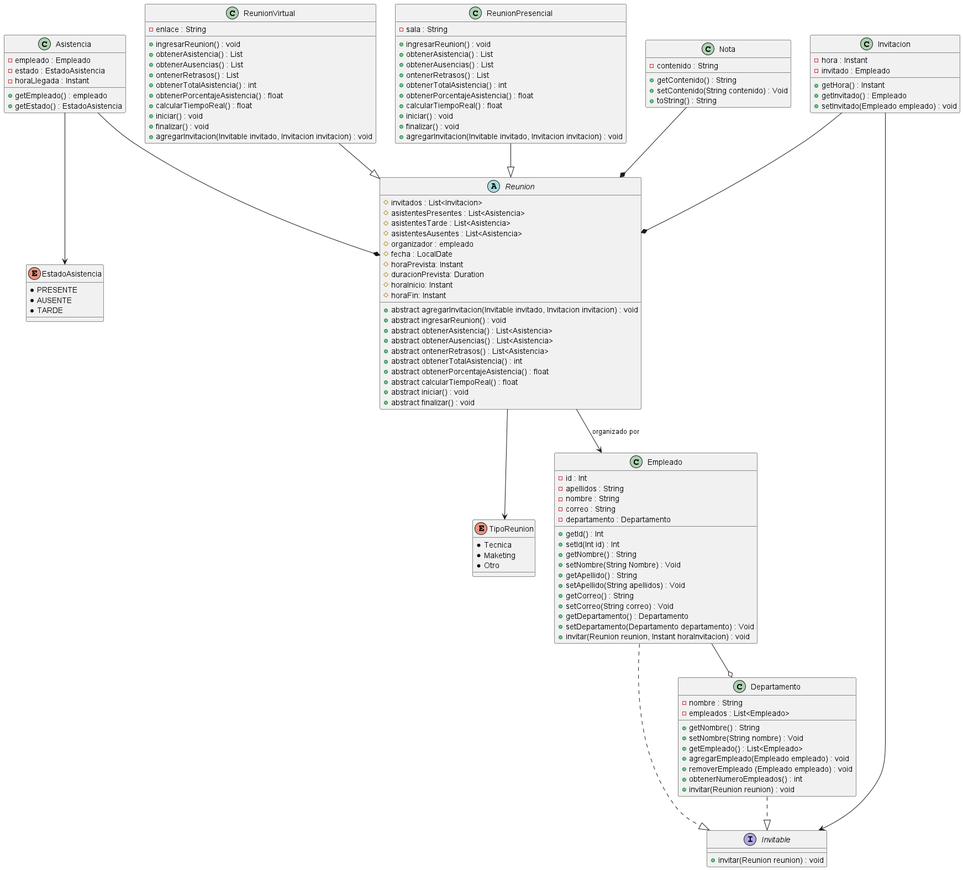
This is Diagrama.png from d-a-t-s/Tarea2, a PlantUML export, as it was before one commit. The source it was exported from:
```plantuml
@startuml

abstract class Reunion {
    # invitados : List<Invitacion>
    #asistentesPresentes : List<Asistencia>
    #asistentesTarde : List<Asistencia>
    #asistentesAusentes : List<Asistencia>
    #organizador : empleado
    #fecha : LocalDate
    # horaPrevista: Instant
    # duracionPrevista: Duration
    # horaInicio: Instant
    # horaFin: Instant

    +abstract agregarInvitacion(Invitable invitado, Invitacion invitacion) : void
    +abstract ingresarReunion() : void
    +abstract obtenerAsistencia() : List<Asistencia>
    +abstract obtenerAusencias() : List<Asistencia>
    +abstract ontenerRetrasos() : List<Asistencia>
    +abstract obtenerTotalAsistencia() : int
    +abstract obtenerPorcentajeAsistencia() : float
    +abstract calcularTiempoReal() : float
    +abstract iniciar() : void
    +abstract finalizar() : void
}

enum TipoReunion {
  * Tecnica
  * Maketing
  * Otro
}

enum EstadoAsistencia {
    * PRESENTE
    * AUSENTE
    * TARDE
}

class Nota {
  - contenido : String

  +getContenido() : String
  +setContenido(String contenido) : Void
  +toString() : String
}

class Invitacion {
  - hora : Instant
  - invitado : Empleado

  +getHora() : Instant
  +getInvitado() : Empleado
  +setInvitado(Empleado empleado) : void
}

class Asistencia {
    - empleado : Empleado
    - estado : EstadoAsistencia
    - horaLlegada : Instant

    + getEmpleado() : empleado
    + getEstado() : EstadoAsistencia
}

interface Invitable {

    +invitar(Reunion reunion) : void
}

class ReunionVirtual {
    - enlace : String

    + ingresarReunion() : void
    + obtenerAsistencia() : List
    + obtenerAusencias() : List
    + ontenerRetrasos() : List
    + obtenerTotalAsistencia() : int
    + obtenerPorcentajeAsistencia() : float
    + calcularTiempoReal() : float
    + iniciar() : void
    + finalizar() : void
    + agregarInvitacion(Invitable invitado, Invitacion invitacion) : void
}

class ReunionPresencial {
    - sala : String

    + ingresarReunion() : void
        + obtenerAsistencia() : List
        + obtenerAusencias() : List
        + ontenerRetrasos() : List
        + obtenerTotalAsistencia() : int
        + obtenerPorcentajeAsistencia() : float
        + calcularTiempoReal() : float
        + iniciar() : void
        + finalizar() : void
        + agregarInvitacion(Invitable invitado, Invitacion invitacion) : void
}

class Empleado {
    - id : Int
    - apellidos : String
    - nombre : String
    - correo : String
    - departamento : Departamento

    +getId() : Int
    +setId(Int id) : Int
    +getNombre() : String
    +setNombre(String Nombre) : Void
    +getApellido() : String
    +setApellido(String apellidos) : Void
    +getCorreo() : String
    +setCorreo(String correo) : Void
    +getDepartamento() : Departamento
    +setDepartamento(Departamento departamento) : Void
    +invitar(Reunion reunion, Instant horaInvitacion) : void


}

class Departamento {
    - nombre : String
    - empleados : List<Empleado>

    +getNombre() : String
    +setNombre(String nombre) : Void
    +getEmpleado() : List<Empleado>
    +agregarEmpleado(Empleado empleado) : void
    +removerEmpleado (Empleado empleado) : void
    +obtenerNumeroEmpleados() : int
    +invitar(Reunion reunion) : void
}

Nota --* Reunion
Asistencia --* Reunion
Invitacion --* Reunion
ReunionVirtual --|> Reunion
ReunionPresencial --|> Reunion
Reunion --> TipoReunion
Invitacion --> Invitable
Reunion  --> Empleado: organizado por
Empleado --o Departamento
Empleado ..|> Invitable
Departamento ..|> Invitable
Asistencia --> EstadoAsistencia

@enduml
```
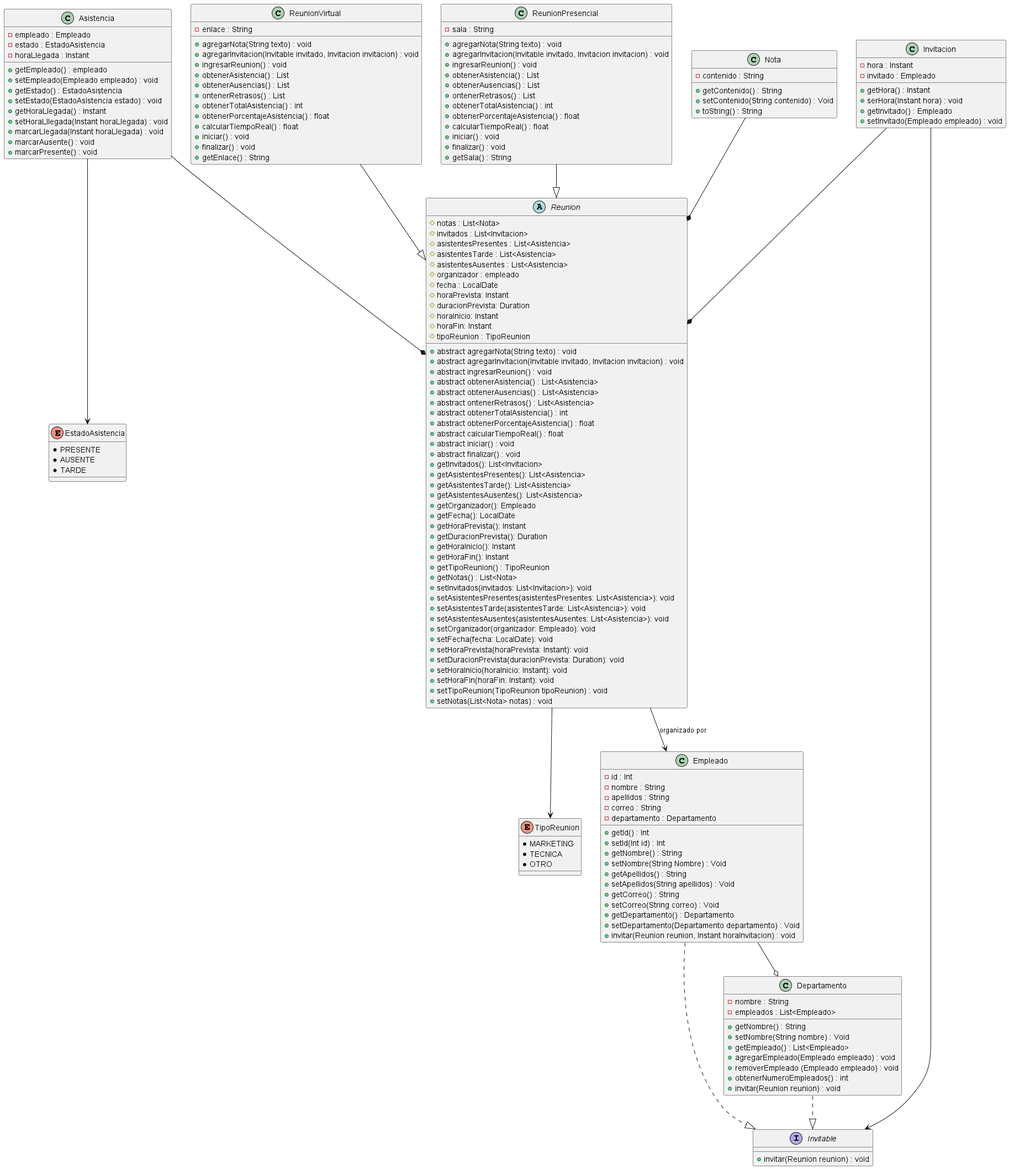
Above is the later version.

Commit message:
Modificado UML

Diff of the diagram source:
```diff
@@ -1,6 +1,7 @@
 @startuml
 
 abstract class Reunion {
+    # notas : List<Nota>
     # invitados : List<Invitacion>
     #asistentesPresentes : List<Asistencia>
     #asistentesTarde : List<Asistencia>
@@ -11,7 +12,9 @@
     # duracionPrevista: Duration
     # horaInicio: Instant
     # horaFin: Instant
+    # tipoReunion : TipoReunion
 
+    +abstract agregarNota(String texto) : void
     +abstract agregarInvitacion(Invitable invitado, Invitacion invitacion) : void
     +abstract ingresarReunion() : void
     +abstract obtenerAsistencia() : List<Asistencia>
@@ -22,12 +25,36 @@
     +abstract calcularTiempoReal() : float
     +abstract iniciar() : void
     +abstract finalizar() : void
+    + getInvitados(): List<Invitacion>
+    + getAsistentesPresentes(): List<Asistencia>
+    + getAsistentesTarde(): List<Asistencia>
+    + getAsistentesAusentes(): List<Asistencia>
+    + getOrganizador(): Empleado
+    + getFecha(): LocalDate
+    + getHoraPrevista(): Instant
+    + getDuracionPrevista(): Duration
+    + getHoraInicio(): Instant
+    + getHoraFin(): Instant
+    +getTipoReunion() : TipoReunion
+    + getNotas() : List<Nota>
+    + setInvitados(invitados: List<Invitacion>): void
+    + setAsistentesPresentes(asistentesPresentes: List<Asistencia>): void
+    + setAsistentesTarde(asistentesTarde: List<Asistencia>): void
+    + setAsistentesAusentes(asistentesAusentes: List<Asistencia>): void
+    + setOrganizador(organizador: Empleado): void
+    + setFecha(fecha: LocalDate): void
+    + setHoraPrevista(horaPrevista: Instant): void
+    + setDuracionPrevista(duracionPrevista: Duration): void
+    + setHoraInicio(horaInicio: Instant): void
+    + setHoraFin(horaFin: Instant): void
+    + setTipoReunion(TipoReunion tipoReunion) : void
+    + setNotas(List<Nota> notas) : void
 }
 
 enum TipoReunion {
-  * Tecnica
-  * Maketing
-  * Otro
+  * MARKETING
+  * TECNICA
+  * OTRO
 }
 
 enum EstadoAsistencia {
@@ -49,6 +76,7 @@
   - invitado : Empleado
 
   +getHora() : Instant
+  +serHora(Instant hora) : void
   +getInvitado() : Empleado
   +setInvitado(Empleado empleado) : void
 }
@@ -59,8 +87,16 @@
     - horaLlegada : Instant
 
     + getEmpleado() : empleado
+    + setEmpleado(Empleado empleado) : void
     + getEstado() : EstadoAsistencia
+    + setEstado(EstadoAsistencia estado) : void
+    + getHoraLlegada() : Instant
+    + setHoraLllegada(Instant horaLlegada) : void
+    + marcarLlegada(Instant horaLlegada) : void
+    + marcarAusente() : void
+    + marcarPresente() : void
 }
+
 
 interface Invitable {
 
@@ -70,6 +106,8 @@
 class ReunionVirtual {
     - enlace : String
 
+    + agregarNota(String texto) : void
+    + agregarInvitacion(Invitable invitado, Invitacion invitacion) : void
     + ingresarReunion() : void
     + obtenerAsistencia() : List
     + obtenerAusencias() : List
@@ -79,28 +117,31 @@
     + calcularTiempoReal() : float
     + iniciar() : void
     + finalizar() : void
-    + agregarInvitacion(Invitable invitado, Invitacion invitacion) : void
+    +getEnlace() : String
+
 }
 
 class ReunionPresencial {
     - sala : String
 
+    + agregarNota(String texto) : void
+    + agregarInvitacion(Invitable invitado, Invitacion invitacion) : void
     + ingresarReunion() : void
-        + obtenerAsistencia() : List
-        + obtenerAusencias() : List
-        + ontenerRetrasos() : List
-        + obtenerTotalAsistencia() : int
-        + obtenerPorcentajeAsistencia() : float
-        + calcularTiempoReal() : float
-        + iniciar() : void
-        + finalizar() : void
-        + agregarInvitacion(Invitable invitado, Invitacion invitacion) : void
+    + obtenerAsistencia() : List
+    + obtenerAusencias() : List
+    + ontenerRetrasos() : List
+    + obtenerTotalAsistencia() : int
+    + obtenerPorcentajeAsistencia() : float
+    + calcularTiempoReal() : float
+    + iniciar() : void
+    + finalizar() : void
+    + getSala() : String
 }
 
 class Empleado {
     - id : Int
+    - nombre : String
     - apellidos : String
-    - nombre : String
     - correo : String
     - departamento : Departamento
 
@@ -108,8 +149,8 @@
     +setId(Int id) : Int
     +getNombre() : String
     +setNombre(String Nombre) : Void
-    +getApellido() : String
-    +setApellido(String apellidos) : Void
+    +getApellidos() : String
+    +setApellidos(String apellidos) : Void
     +getCorreo() : String
     +setCorreo(String correo) : Void
     +getDepartamento() : Departamento
```
